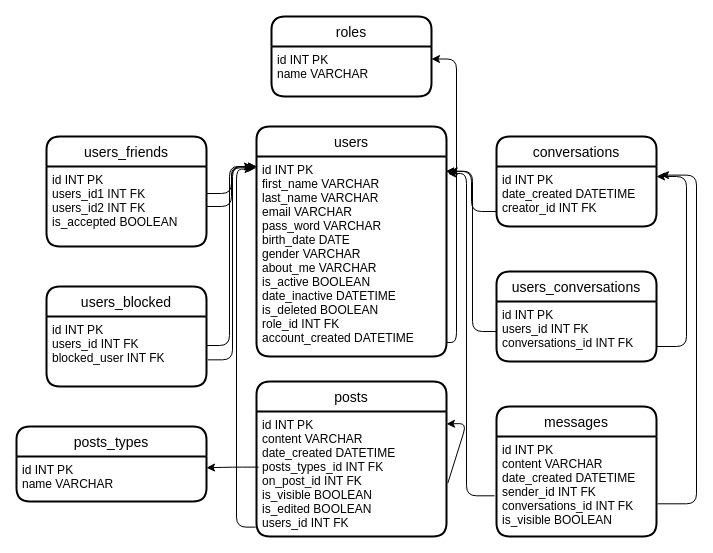
This is UI/KOPPLINGSDIAGRAM.drawio from Radagastno1/Facebook-Lite, a draw.io file, before an edit. Source tidied: cells renumbered, new cells numbered last; positions are measured from the earlier drawing's top-left corner, leaving out a move shared by most shapes. Both pictures are drawn from the tidied source at 100%, with x=0, y=0 at pixel (16, 16).
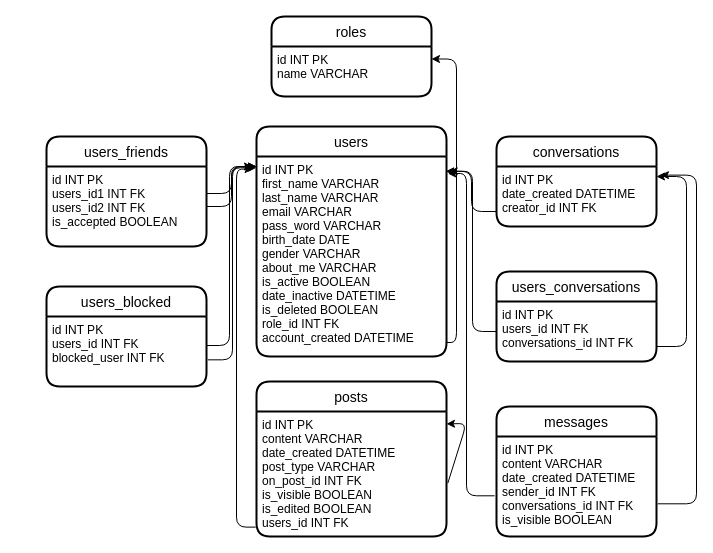
The same page after the edit.

Unchanged cells that the change refers to:
```xml
<mxCell id="13" value="posts" style="swimlane;horizontal=1;startSize=30;rounded=1;fontSize=14;fontStyle=0;strokeWidth=2;shadow=0;dashed=0;align=center;" parent="1" vertex="1">
  <mxGeometry x="240" y="365" width="190" height="155" as="geometry" />
</mxCell>
```

Diff of the diagram source:
```diff
@@
-    <mxCell id="15" value="id INT PK&#10;content VARCHAR&#10;date_created DATETIME&#10;posts_types_id INT FK&#10;on_post_id INT FK&#10;is_visible BOOLEAN&#10;is_edited BOOLEAN&#10;users_id INT FK" style="align=left;strokeColor=none;fillColor=none;spacingLeft=4;fontSize=12;verticalAlign=top;" parent="13" vertex="1">
+    <mxCell id="15" value="id INT PK&#10;content VARCHAR&#10;date_created DATETIME&#10;post_type VARCHAR&#10;on_post_id INT FK&#10;is_visible BOOLEAN&#10;is_edited BOOLEAN&#10;users_id INT FK" style="align=left;strokeColor=none;fillColor=none;spacingLeft=4;fontSize=12;verticalAlign=top;" parent="13" vertex="1">
       <mxGeometry y="30" width="190" height="125" as="geometry" />
     </mxCell>
@@
-    <mxCell id="17" value="posts_types" style="swimlane;horizontal=1;startSize=30;rounded=1;fontSize=14;fontStyle=0;strokeWidth=2;shadow=0;dashed=0;align=center;" parent="1" vertex="1">
-      <mxGeometry y="410" width="190" height="75" as="geometry" />
-    </mxCell>
-    <mxCell id="18" style="edgeStyle=none;html=1;" parent="17" edge="1" source="19" target="17">
-      <mxGeometry relative="1" as="geometry" />
-    </mxCell>
-    <mxCell id="19" value="id INT PK&#10;name VARCHAR " style="align=left;strokeColor=none;fillColor=none;spacingLeft=4;fontSize=12;verticalAlign=top;" parent="17" vertex="1">
-      <mxGeometry y="30" width="190" height="45" as="geometry" />
-    </mxCell>
@@
-    <mxCell id="40" style="edgeStyle=elbowEdgeStyle;elbow=horizontal;endArrow=classic;html=1;exitX=0.011;exitY=0.445;exitDx=0;exitDy=0;entryX=1;entryY=0.25;entryDx=0;entryDy=0;exitPerimeter=0;" parent="1" edge="1" source="15" target="19">
-      <mxGeometry relative="1" as="geometry" />
-    </mxCell>
```
